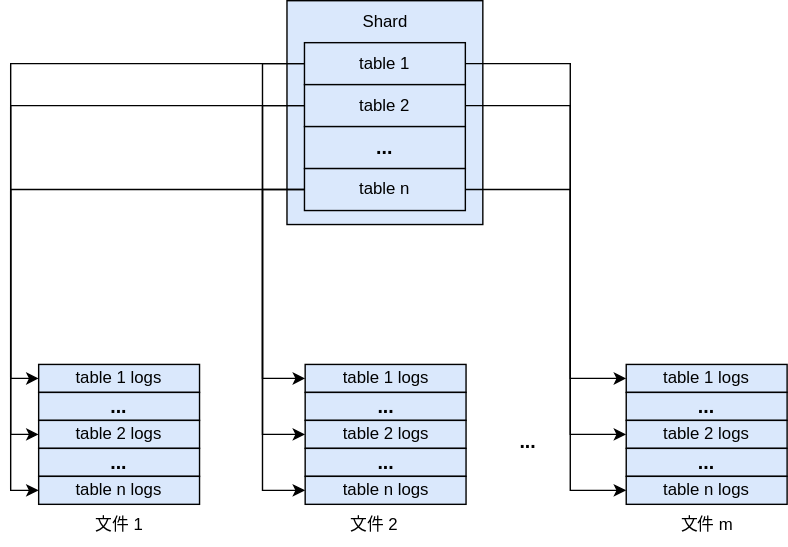
Rachelint/drawio-store keeps this draw.io diagram as rockswal.drawio.svg. Above is the earlier version. Source tidied: cells renumbered, new cells last; positions are measured from the earlier drawing's top-left corner, leaving out a move shared by most shapes.
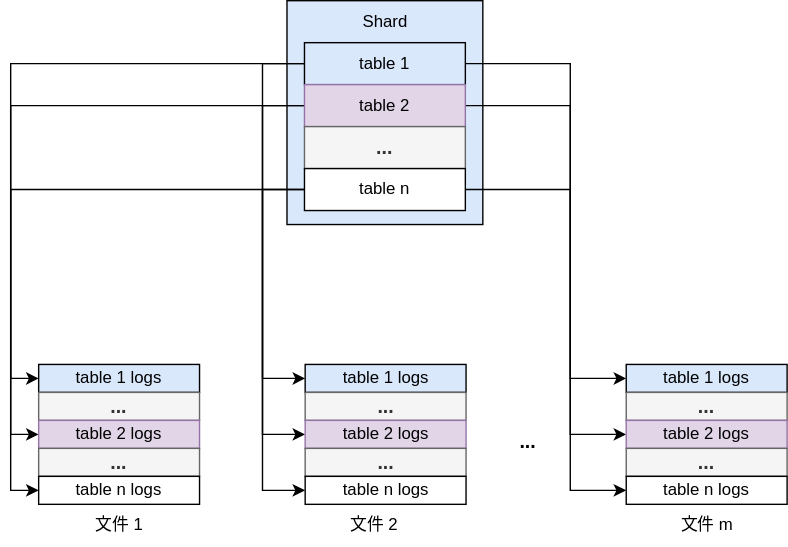
After the change.

The edit, as a diff of the source:
```diff
@@ -46,10 +46,10 @@
         </Array>
       </mxGeometry>
     </mxCell>
-    <mxCell id="10" value="table 2" style="rounded=0;whiteSpace=wrap;html=1;fillColor=#dae8fc;strokeColor=#000000;" parent="1" vertex="1">
+    <mxCell id="10" value="table 2" style="rounded=0;whiteSpace=wrap;html=1;fillColor=#e1d5e7;strokeColor=#9673a6;" parent="1" vertex="1">
       <mxGeometry x="190" y="60" width="115" height="30" as="geometry" />
     </mxCell>
-    <mxCell id="11" value="&lt;font style=&quot;font-size: 14px;&quot;&gt;&lt;b&gt;...&lt;/b&gt;&lt;/font&gt;" style="rounded=0;whiteSpace=wrap;html=1;fillColor=#dae8fc;strokeColor=#000000;" parent="1" vertex="1">
+    <mxCell id="11" value="&lt;font style=&quot;font-size: 14px;&quot;&gt;&lt;b&gt;...&lt;/b&gt;&lt;/font&gt;" style="rounded=0;whiteSpace=wrap;html=1;fillColor=#f5f5f5;strokeColor=#666666;fontColor=#333333;" parent="1" vertex="1">
       <mxGeometry x="190" y="90" width="115" height="30" as="geometry" />
     </mxCell>
     <mxCell id="12" style="edgeStyle=orthogonalEdgeStyle;rounded=0;jettySize=auto;html=1;exitX=0;exitY=0.5;exitDx=0;exitDy=0;entryX=0;entryY=0.5;entryDx=0;entryDy=0;" parent="1" edge="1" source="15" target="21">
@@ -71,7 +71,7 @@
         </Array>
       </mxGeometry>
     </mxCell>
-    <mxCell id="15" value="table n" style="rounded=0;whiteSpace=wrap;html=1;fillColor=#dae8fc;strokeColor=#000000;" parent="1" vertex="1">
+    <mxCell id="15" value="table n" style="rounded=0;whiteSpace=wrap;html=1;" parent="1" vertex="1">
       <mxGeometry x="190" y="120" width="115" height="30" as="geometry" />
     </mxCell>
     <mxCell id="16" value="Shard" style="text;html=1;strokeColor=none;fillColor=none;align=center;verticalAlign=middle;whiteSpace=wrap;rounded=0;" parent="1" vertex="1">
@@ -80,46 +80,46 @@
     <mxCell id="17" value="table 1 logs" style="rounded=0;whiteSpace=wrap;html=1;fillColor=#dae8fc;strokeColor=#000000;" parent="1" vertex="1">
       <mxGeometry y="260" width="115" height="20" as="geometry" />
     </mxCell>
-    <mxCell id="18" value="&lt;font style=&quot;font-size: 14px;&quot;&gt;&lt;b&gt;...&lt;/b&gt;&lt;/font&gt;" style="rounded=0;whiteSpace=wrap;html=1;fillColor=#dae8fc;strokeColor=#000000;" parent="1" vertex="1">
+    <mxCell id="18" value="&lt;font style=&quot;font-size: 14px;&quot;&gt;&lt;b&gt;...&lt;/b&gt;&lt;/font&gt;" style="rounded=0;whiteSpace=wrap;html=1;fillColor=#f5f5f5;strokeColor=#666666;fontColor=#333333;" parent="1" vertex="1">
       <mxGeometry y="280" width="115" height="20" as="geometry" />
     </mxCell>
-    <mxCell id="19" value="table 2 logs" style="rounded=0;whiteSpace=wrap;html=1;fillColor=#dae8fc;strokeColor=#000000;" parent="1" vertex="1">
+    <mxCell id="19" value="table 2 logs" style="rounded=0;whiteSpace=wrap;html=1;fillColor=#e1d5e7;strokeColor=#9673a6;" parent="1" vertex="1">
       <mxGeometry y="300" width="115" height="20" as="geometry" />
     </mxCell>
-    <mxCell id="20" value="&lt;font style=&quot;font-size: 14px;&quot;&gt;&lt;b&gt;...&lt;/b&gt;&lt;/font&gt;" style="rounded=0;whiteSpace=wrap;html=1;fillColor=#dae8fc;strokeColor=#000000;" parent="1" vertex="1">
+    <mxCell id="20" value="&lt;font style=&quot;font-size: 14px;&quot;&gt;&lt;b&gt;...&lt;/b&gt;&lt;/font&gt;" style="rounded=0;whiteSpace=wrap;html=1;fillColor=#f5f5f5;strokeColor=#666666;fontColor=#333333;" parent="1" vertex="1">
       <mxGeometry y="320" width="115" height="20" as="geometry" />
     </mxCell>
-    <mxCell id="21" value="table n logs" style="rounded=0;whiteSpace=wrap;html=1;fillColor=#dae8fc;strokeColor=#000000;" parent="1" vertex="1">
+    <mxCell id="21" value="table n logs" style="rounded=0;whiteSpace=wrap;html=1;" parent="1" vertex="1">
       <mxGeometry y="340" width="115" height="20" as="geometry" />
     </mxCell>
     <mxCell id="22" value="table 1 logs" style="rounded=0;whiteSpace=wrap;html=1;fillColor=#dae8fc;strokeColor=#000000;" parent="1" vertex="1">
       <mxGeometry x="190.5" y="260" width="115" height="20" as="geometry" />
     </mxCell>
-    <mxCell id="23" value="&lt;font style=&quot;font-size: 14px;&quot;&gt;&lt;b&gt;...&lt;/b&gt;&lt;/font&gt;" style="rounded=0;whiteSpace=wrap;html=1;fillColor=#dae8fc;strokeColor=#000000;" parent="1" vertex="1">
+    <mxCell id="23" value="&lt;font style=&quot;font-size: 14px;&quot;&gt;&lt;b&gt;...&lt;/b&gt;&lt;/font&gt;" style="rounded=0;whiteSpace=wrap;html=1;fillColor=#f5f5f5;strokeColor=#666666;fontColor=#333333;" parent="1" vertex="1">
       <mxGeometry x="190.5" y="280" width="115" height="20" as="geometry" />
     </mxCell>
-    <mxCell id="24" value="table 2 logs" style="rounded=0;whiteSpace=wrap;html=1;fillColor=#dae8fc;strokeColor=#000000;" parent="1" vertex="1">
+    <mxCell id="24" value="table 2 logs" style="rounded=0;whiteSpace=wrap;html=1;fillColor=#e1d5e7;strokeColor=#9673a6;" parent="1" vertex="1">
       <mxGeometry x="190.5" y="300" width="115" height="20" as="geometry" />
     </mxCell>
-    <mxCell id="25" value="&lt;font style=&quot;font-size: 14px;&quot;&gt;&lt;b&gt;...&lt;/b&gt;&lt;/font&gt;" style="rounded=0;whiteSpace=wrap;html=1;fillColor=#dae8fc;strokeColor=#000000;" parent="1" vertex="1">
+    <mxCell id="25" value="&lt;font style=&quot;font-size: 14px;&quot;&gt;&lt;b&gt;...&lt;/b&gt;&lt;/font&gt;" style="rounded=0;whiteSpace=wrap;html=1;fillColor=#f5f5f5;strokeColor=#666666;fontColor=#333333;" parent="1" vertex="1">
       <mxGeometry x="190.5" y="320" width="115" height="20" as="geometry" />
     </mxCell>
-    <mxCell id="26" value="table n logs" style="rounded=0;whiteSpace=wrap;html=1;fillColor=#dae8fc;strokeColor=#000000;" parent="1" vertex="1">
+    <mxCell id="26" value="table n logs" style="rounded=0;whiteSpace=wrap;html=1;" parent="1" vertex="1">
       <mxGeometry x="190.5" y="340" width="115" height="20" as="geometry" />
     </mxCell>
     <mxCell id="27" value="table 1 logs" style="rounded=0;whiteSpace=wrap;html=1;fillColor=#dae8fc;strokeColor=#000000;" parent="1" vertex="1">
       <mxGeometry x="420" y="260" width="115" height="20" as="geometry" />
     </mxCell>
-    <mxCell id="28" value="&lt;font style=&quot;font-size: 14px;&quot;&gt;&lt;b&gt;...&lt;/b&gt;&lt;/font&gt;" style="rounded=0;whiteSpace=wrap;html=1;fillColor=#dae8fc;strokeColor=#000000;" parent="1" vertex="1">
+    <mxCell id="28" value="&lt;font style=&quot;font-size: 14px;&quot;&gt;&lt;b&gt;...&lt;/b&gt;&lt;/font&gt;" style="rounded=0;whiteSpace=wrap;html=1;fillColor=#f5f5f5;strokeColor=#666666;fontColor=#333333;" parent="1" vertex="1">
       <mxGeometry x="420" y="280" width="115" height="20" as="geometry" />
     </mxCell>
-    <mxCell id="29" value="table 2 logs" style="rounded=0;whiteSpace=wrap;html=1;fillColor=#dae8fc;strokeColor=#000000;" parent="1" vertex="1">
+    <mxCell id="29" value="table 2 logs" style="rounded=0;whiteSpace=wrap;html=1;fillColor=#e1d5e7;strokeColor=#9673a6;" parent="1" vertex="1">
       <mxGeometry x="420" y="300" width="115" height="20" as="geometry" />
     </mxCell>
-    <mxCell id="30" value="&lt;font style=&quot;font-size: 14px;&quot;&gt;&lt;b&gt;...&lt;/b&gt;&lt;/font&gt;" style="rounded=0;whiteSpace=wrap;html=1;fillColor=#dae8fc;strokeColor=#000000;" parent="1" vertex="1">
+    <mxCell id="30" value="&lt;font style=&quot;font-size: 14px;&quot;&gt;&lt;b&gt;...&lt;/b&gt;&lt;/font&gt;" style="rounded=0;whiteSpace=wrap;html=1;fillColor=#f5f5f5;strokeColor=#666666;fontColor=#333333;" parent="1" vertex="1">
       <mxGeometry x="420" y="320" width="115" height="20" as="geometry" />
     </mxCell>
-    <mxCell id="31" value="table n logs" style="rounded=0;whiteSpace=wrap;html=1;fillColor=#dae8fc;strokeColor=#000000;" parent="1" vertex="1">
+    <mxCell id="31" value="table n logs" style="rounded=0;whiteSpace=wrap;html=1;" parent="1" vertex="1">
       <mxGeometry x="420" y="340" width="115" height="20" as="geometry" />
     </mxCell>
     <mxCell id="32" value="&lt;font style=&quot;font-size: 14px;&quot;&gt;&lt;b&gt;...&lt;/b&gt;&lt;br&gt;&lt;/font&gt;" style="text;html=1;strokeColor=none;fillColor=none;align=center;verticalAlign=middle;whiteSpace=wrap;rounded=0;" parent="1" vertex="1">
```
